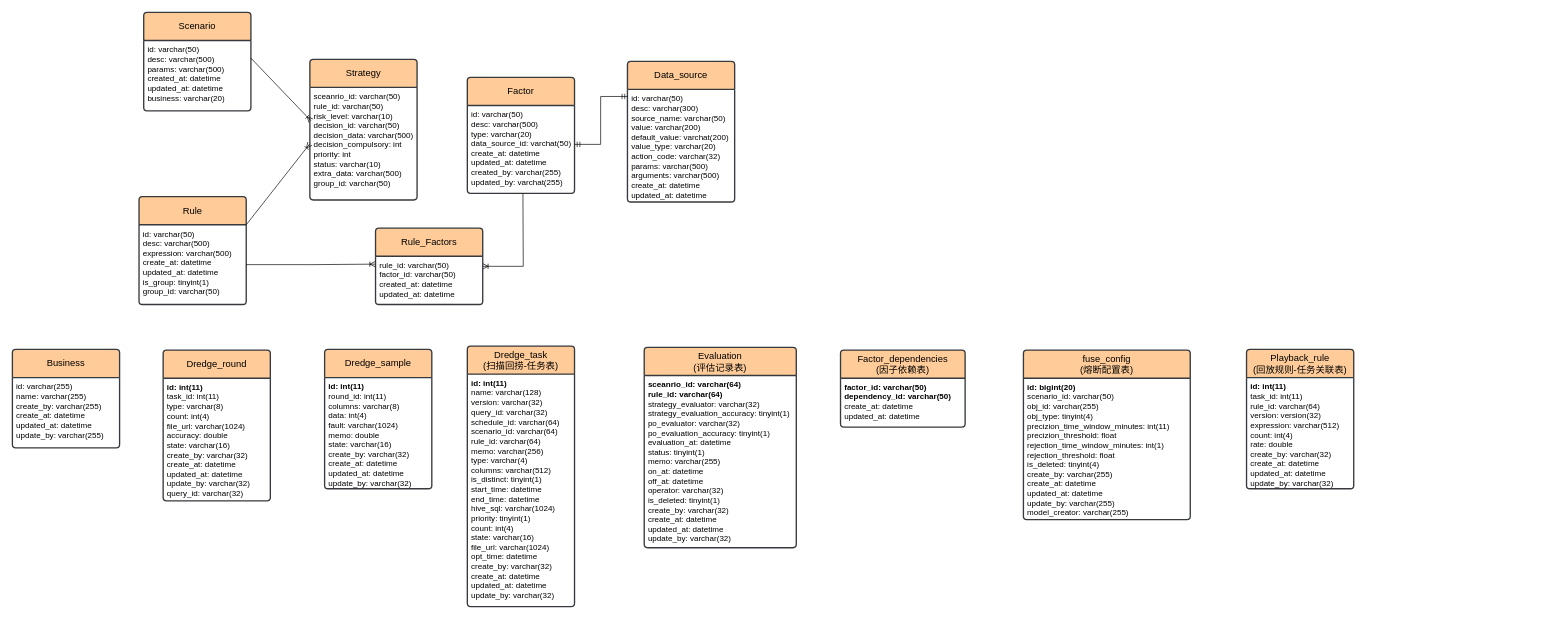
Earlier version of the draw.io diagram pictures/hammurabi-er1.drawio (Pumpkin9841/pictures). Source tidied: cells renumbered, new cells numbered last; positions are measured from the earlier drawing's top-left corner, leaving out a move shared by most shapes. Both pictures are drawn from the tidied source at 67%, with x=0, y=0 at pixel (12, 12).
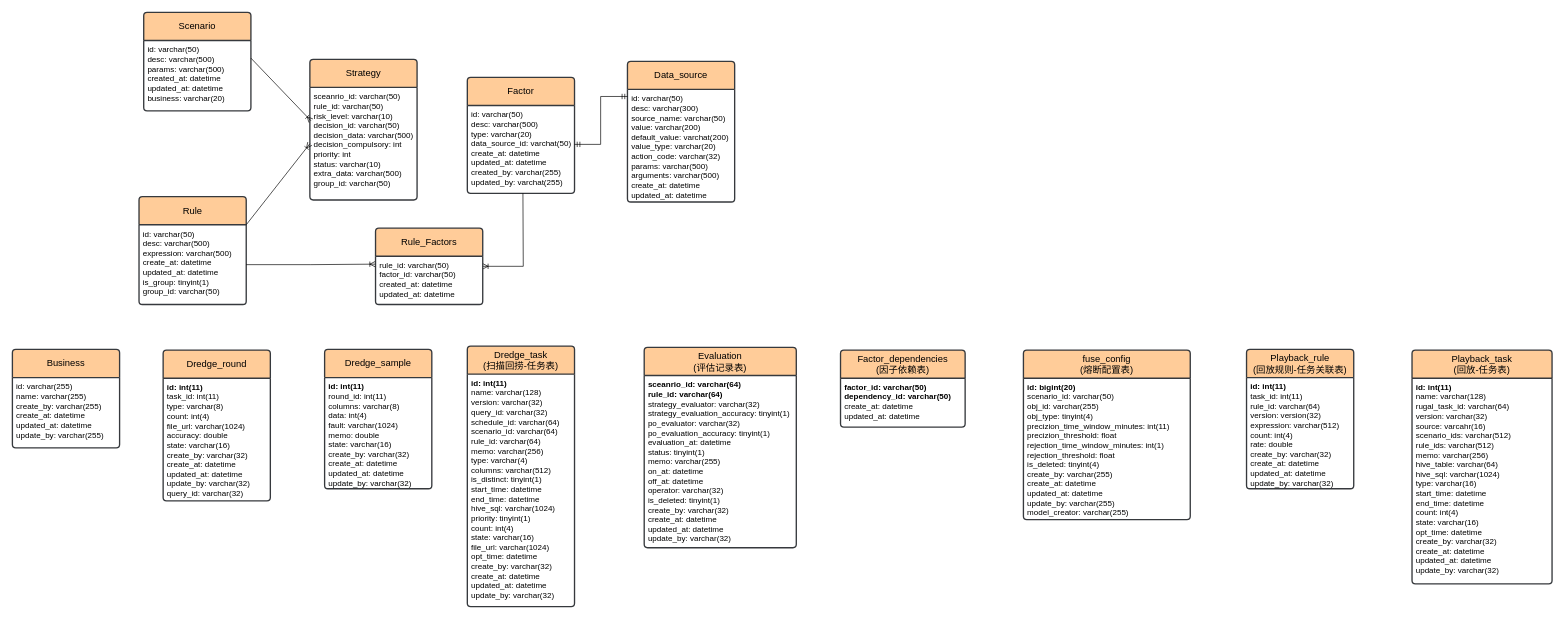
The same page after the edit.

Commit message:
添加playback_task

What changed in the source:
```diff
@@
+    <mxCell id="49" value="Playback_task&lt;br&gt;(回放-任务表)" style="swimlane;horizontal=1;startSize=42;rounded=1;fontSize=14;fontStyle=0;strokeWidth=2;shadow=0;dashed=0;align=center;arcSize=4;whiteSpace=wrap;html=1;fillColor=#ffcc99;strokeColor=#36393d;" parent="1" vertex="1">
+      <mxGeometry x="2089" y="504" width="209" height="349" as="geometry" />
+    </mxCell>
+    <mxCell id="50" value="&lt;b&gt;id: int(11)&lt;br&gt;&lt;/b&gt;name: varchar(128)&lt;br&gt;rugal_task_id: varchar(64)&lt;br&gt;version: varchar(32)&lt;br&gt;source: varcahr(16)&lt;br&gt;scenario_ids: varchar(512)&lt;br&gt;rule_ids: varchar(512)&lt;br&gt;memo: varchar(256)&lt;br&gt;hive_table: varchar(64)&lt;br&gt;hive_sql: varchar(1024)&lt;br&gt;type: varchar(16)&lt;br&gt;start_time: datetime&lt;br&gt;end_time: datetime&lt;br&gt;count: int(4)&lt;br&gt;state: varchar(16)&lt;br&gt;opt_time: datetime&lt;br&gt;create_by: varchar(32)&lt;br style=&quot;border-color: var(--border-color);&quot;&gt;create_at: datetime&lt;br style=&quot;border-color: var(--border-color);&quot;&gt;updated_at: datetime&lt;br style=&quot;border-color: var(--border-color);&quot;&gt;update_by: varchar(32)" style="align=left;strokeColor=none;fillColor=none;spacingLeft=4;fontSize=12;verticalAlign=top;html=1;" parent="49" vertex="1">
+      <mxGeometry y="42" width="209" height="307" as="geometry" />
+    </mxCell>
+    <mxCell id="51" style="edgeStyle=orthogonalEdgeStyle;rounded=0;orthogonalLoop=1;jettySize=auto;html=1;exitX=0.5;exitY=1;exitDx=0;exitDy=0;" parent="49" edge="1" source="50" target="50">
+      <mxGeometry relative="1" as="geometry" />
+    </mxCell>
```
